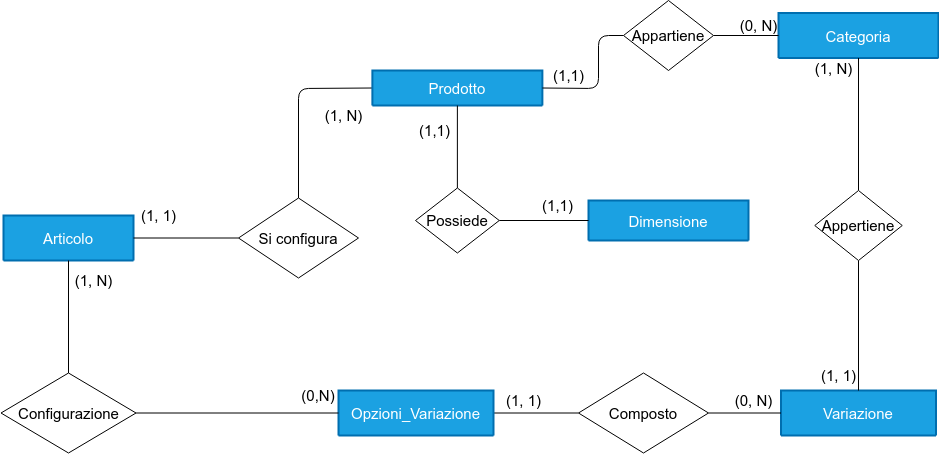
Above: doc/configuratione_articolo/config_articolo_scheletro.png in EndriDomiUni/E-commerce (draw.io), before the change. Source tidied: cells renumbered, new cells last; positions are measured from the earlier drawing's top-left corner, leaving out a move shared by most shapes.
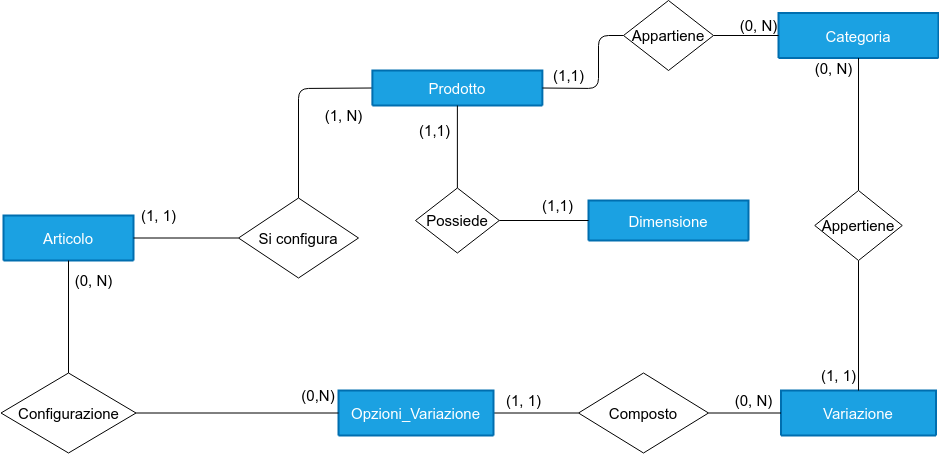
The same diagram one commit later.

The edit, as a diff of the source:
```diff
@@ -71,7 +71,7 @@
     <mxCell id="21" value="(0, N)" style="text;html=1;align=center;verticalAlign=middle;strokeColor=none;fillColor=none;fontSize=15;" parent="1" vertex="1">
       <mxGeometry x="728" y="10" width="60" height="30" as="geometry" />
     </mxCell>
-    <mxCell id="22" value="(1, N)" style="text;html=1;align=center;verticalAlign=middle;strokeColor=none;fillColor=none;fontSize=15;" parent="1" vertex="1">
+    <mxCell id="22" value="(0, N)" style="text;html=1;align=center;verticalAlign=middle;strokeColor=none;fillColor=none;fontSize=15;" parent="1" vertex="1">
       <mxGeometry x="803" y="52.5" width="60" height="30" as="geometry" />
     </mxCell>
     <mxCell id="23" value="(1, 1)" style="text;html=1;align=center;verticalAlign=middle;strokeColor=none;fillColor=none;fontSize=15;" parent="1" vertex="1">
@@ -110,7 +110,7 @@
     <mxCell id="34" value="Configurazione" style="rhombus;whiteSpace=wrap;html=1;fontSize=15;" parent="1" vertex="1">
       <mxGeometry x="0.5" y="372.5" width="135" height="80" as="geometry" />
     </mxCell>
-    <mxCell id="35" value="(1, N)" style="text;html=1;align=center;verticalAlign=middle;strokeColor=none;fillColor=none;fontSize=15;" parent="1" vertex="1">
+    <mxCell id="35" value="(0, N)" style="text;html=1;align=center;verticalAlign=middle;strokeColor=none;fillColor=none;fontSize=15;" parent="1" vertex="1">
       <mxGeometry x="63" y="265" width="60" height="30" as="geometry" />
     </mxCell>
     <mxCell id="36" style="edgeStyle=none;html=1;exitX=0;exitY=0.5;exitDx=0;exitDy=0;entryX=1;entryY=0.5;entryDx=0;entryDy=0;endArrow=none;endFill=0;fontSize=15;" parent="1" edge="1" source="37" target="30">
```
